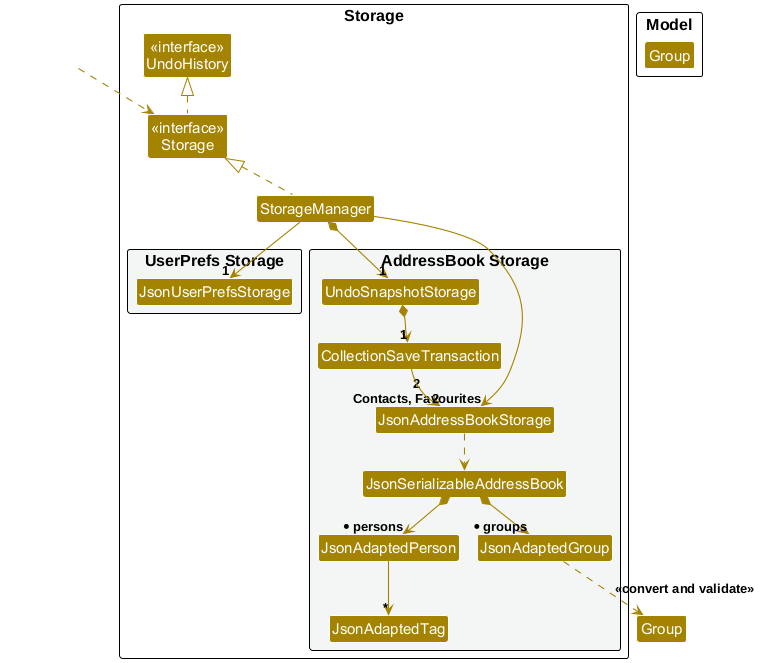
Before: docs/images/StorageClassDiagram.png, a diagram exported from PlantUML (AY2627S1-CS2103T-W11-3/tp). Its diagram source:
```plantuml
@startuml
!include style.puml
!pragma layout smetana
skinparam arrowThickness 1.1
skinparam arrowColor STORAGE_COLOR
skinparam classBackgroundColor STORAGE_COLOR

package Storage as StoragePackage {

Class "<<interface>>\nStorage" as Storage
Class "<<interface>>\nUndoHistory" as UndoHistory
Class StorageManager

package "UserPrefs Storage" #F4F6F6{
Class JsonUserPrefsStorage
}

package "AddressBook Storage" #F4F6F6{
Class UndoSnapshotStorage
Class CollectionSaveTransaction
Class JsonAddressBookStorage
Class JsonSerializableAddressBook
Class JsonAdaptedPerson
Class JsonAdaptedGroup
Class JsonAdaptedTag
}

}

Class HiddenOutside #FFFFFF
HiddenOutside ..> Storage

StorageManager .up.|> Storage
Storage .up.|> UndoHistory
StorageManager -down-> "1" JsonUserPrefsStorage
StorageManager -down-> "2\nContacts, Favourites" JsonAddressBookStorage
StorageManager *-down-> "1" UndoSnapshotStorage
UndoSnapshotStorage *-down-> "1" CollectionSaveTransaction
CollectionSaveTransaction -down-> "2" JsonAddressBookStorage

JsonAddressBookStorage ..> JsonSerializableAddressBook
JsonSerializableAddressBook *--> "* persons" JsonAdaptedPerson
JsonSerializableAddressBook *--> "* groups" JsonAdaptedGroup
JsonAdaptedPerson --> "*" JsonAdaptedTag
JsonAdaptedGroup ..> Group : <<convert and validate>>

package Model {
Class Group
}

@enduml
```
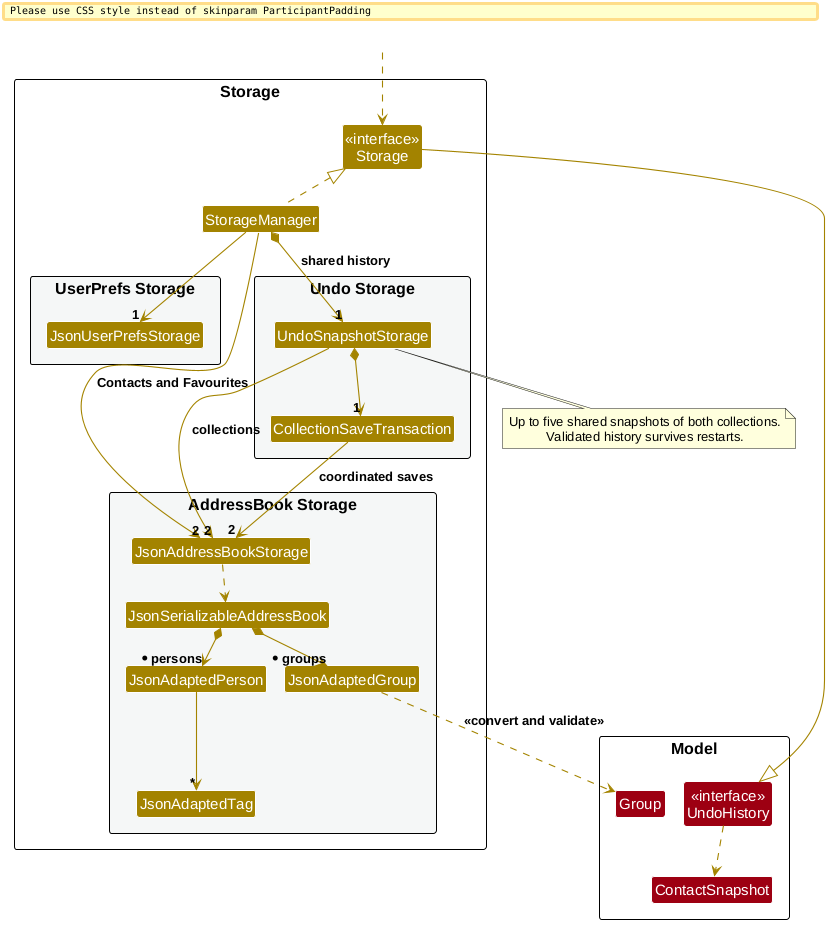
The same file after the commit.

Commit message:
Regenerate diagram images and fix guide references

What changed in the source:
```diff
@@ -8,7 +8,6 @@
 package Storage as StoragePackage {
 
 Class "<<interface>>\nStorage" as Storage
-Class "<<interface>>\nUndoHistory" as UndoHistory
 Class StorageManager
 
 package "UserPrefs Storage" #F4F6F6{
@@ -16,8 +15,6 @@
 }
 
 package "AddressBook Storage" #F4F6F6{
-Class UndoSnapshotStorage
-Class CollectionSaveTransaction
 Class JsonAddressBookStorage
 Class JsonSerializableAddressBook
 Class JsonAdaptedPerson
@@ -25,27 +22,41 @@
 Class JsonAdaptedTag
 }
 
+package "Undo Storage" #F4F6F6{
+Class UndoSnapshotStorage
+Class CollectionSaveTransaction
+}
+
+}
+
+package Model {
+Class "<<interface>>\nUndoHistory" as UndoHistory MODEL_COLOR
+Class ContactSnapshot MODEL_COLOR
+Class "Group" as ModelGroup MODEL_COLOR
 }
 
 Class HiddenOutside #FFFFFF
 HiddenOutside ..> Storage
 
+UndoHistory ..> ContactSnapshot
 StorageManager .up.|> Storage
-Storage .up.|> UndoHistory
+Storage -up-|> UndoHistory
 StorageManager -down-> "1" JsonUserPrefsStorage
-StorageManager -down-> "2\nContacts, Favourites" JsonAddressBookStorage
-StorageManager *-down-> "1" UndoSnapshotStorage
-UndoSnapshotStorage *-down-> "1" CollectionSaveTransaction
-CollectionSaveTransaction -down-> "2" JsonAddressBookStorage
+StorageManager -down-> "2" JsonAddressBookStorage : Contacts and Favourites
+StorageManager *-down-> "1" UndoSnapshotStorage : shared history
+UndoSnapshotStorage --> "2" JsonAddressBookStorage : collections
+UndoSnapshotStorage *--> "1" CollectionSaveTransaction
+CollectionSaveTransaction --> "2" JsonAddressBookStorage : coordinated saves
 
 JsonAddressBookStorage ..> JsonSerializableAddressBook
 JsonSerializableAddressBook *--> "* persons" JsonAdaptedPerson
 JsonSerializableAddressBook *--> "* groups" JsonAdaptedGroup
 JsonAdaptedPerson --> "*" JsonAdaptedTag
-JsonAdaptedGroup ..> Group : <<convert and validate>>
+JsonAdaptedGroup ..> ModelGroup : <<convert and validate>>
 
-package Model {
-Class Group
-}
+note bottom of UndoSnapshotStorage
+Up to five shared snapshots of both collections.
+Validated history survives restarts.
+end note
 
 @enduml
```
